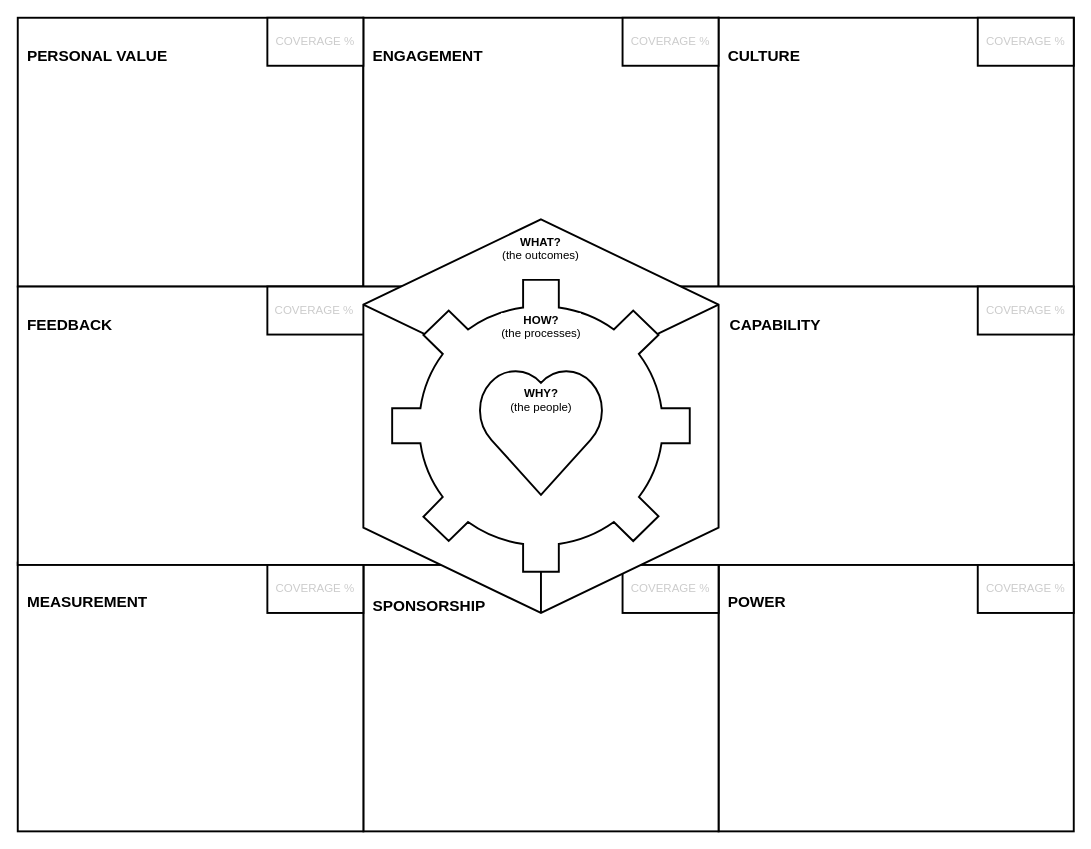
The draw.io diagram collective-action-canvas.drawio in rquast/collective-action-canvas, before the edit. Source tidied: cells renumbered, new cells numbered last; positions are measured from the earlier drawing's top-left corner, leaving out a move shared by most shapes. Both pictures are drawn from the tidied source at 96%, with x=0, y=0 at pixel (17, 17).
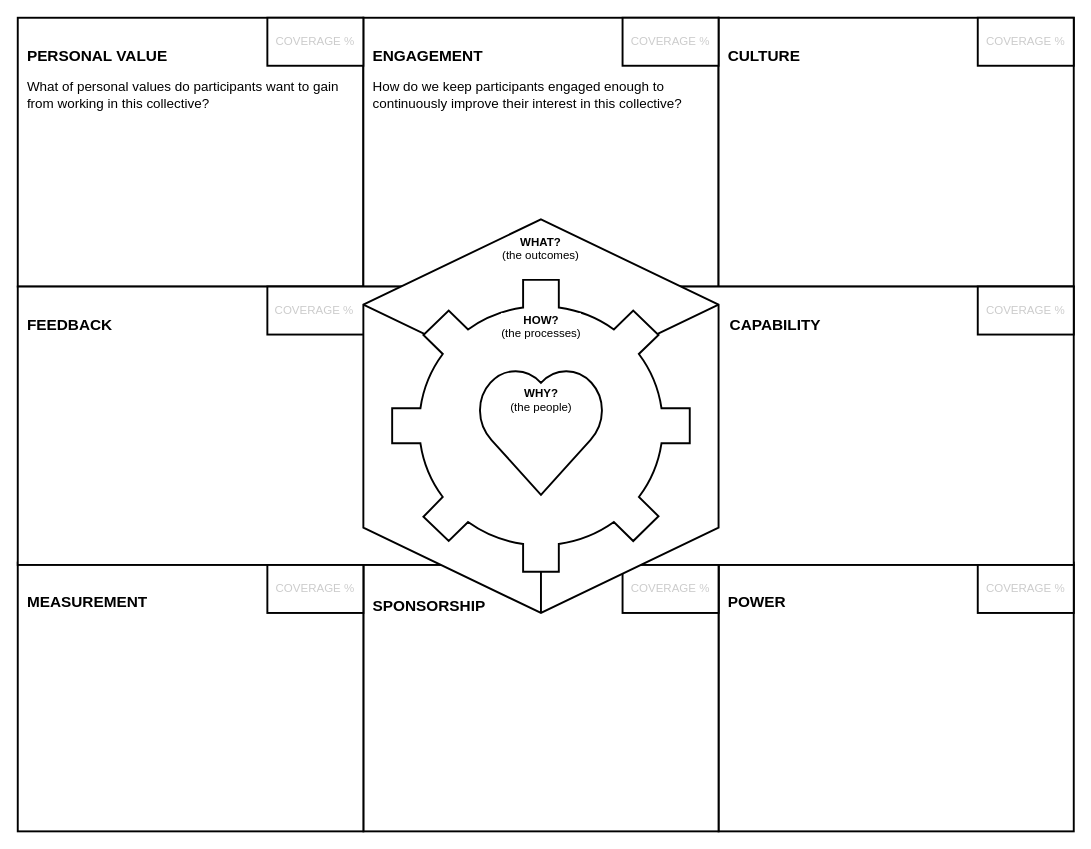
Above is the later version.

Commit message:
adding descriptions for each topic

The edit, as a diff of the source:
```diff
@@
+    <mxCell id="21" value="What of personal values do participants want to gain from working in this collective?" style="text;html=1;strokeColor=none;fillColor=none;align=left;verticalAlign=middle;whiteSpace=wrap;rounded=0;fontSize=14;fontColor=#000000;spacingLeft=8;" parent="1" vertex="1">
+      <mxGeometry y="60" width="350" height="40" as="geometry" />
+    </mxCell>
+    <mxCell id="22" value="How do we keep participants engaged enough to continuously improve their interest in this collective?" style="text;html=1;strokeColor=none;fillColor=none;align=left;verticalAlign=middle;whiteSpace=wrap;rounded=0;fontSize=14;fontColor=#000000;spacingLeft=8;" parent="1" vertex="1">
+      <mxGeometry x="360" y="60" width="370" height="40" as="geometry" />
+    </mxCell>
```
